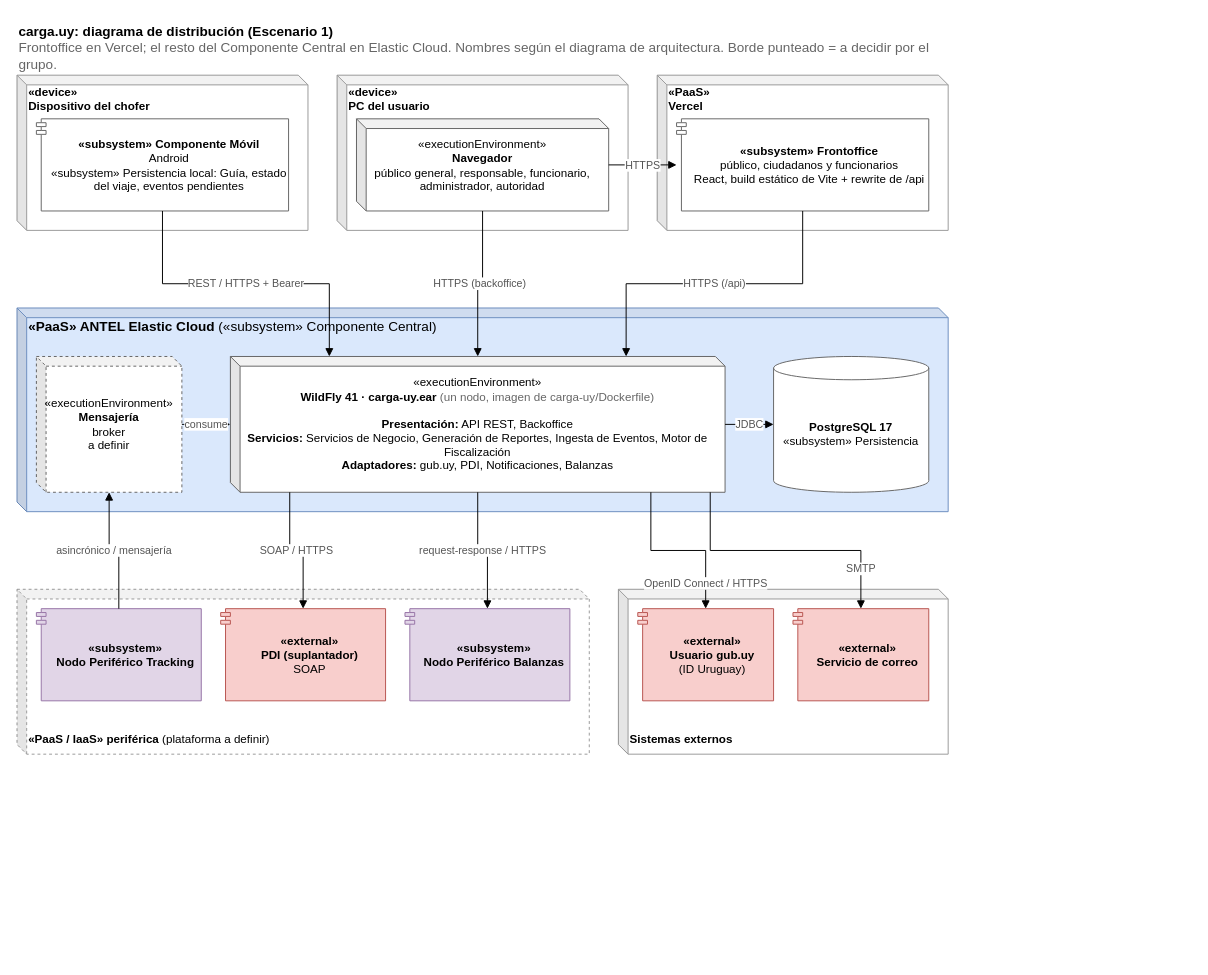
Before: docs/informe/fuentes-drawio/carga-uy-distribucion-v3.drawio in LucasLazogue/TSE-carga-uy, a draw.io diagram. Source tidied: cells renumbered, new cells numbered last; positions are measured from the earlier drawing's top-left corner, leaving out a move shared by most shapes. Both pictures are drawn from the tidied source at 97%, with x=0, y=0 at pixel (16, 16).
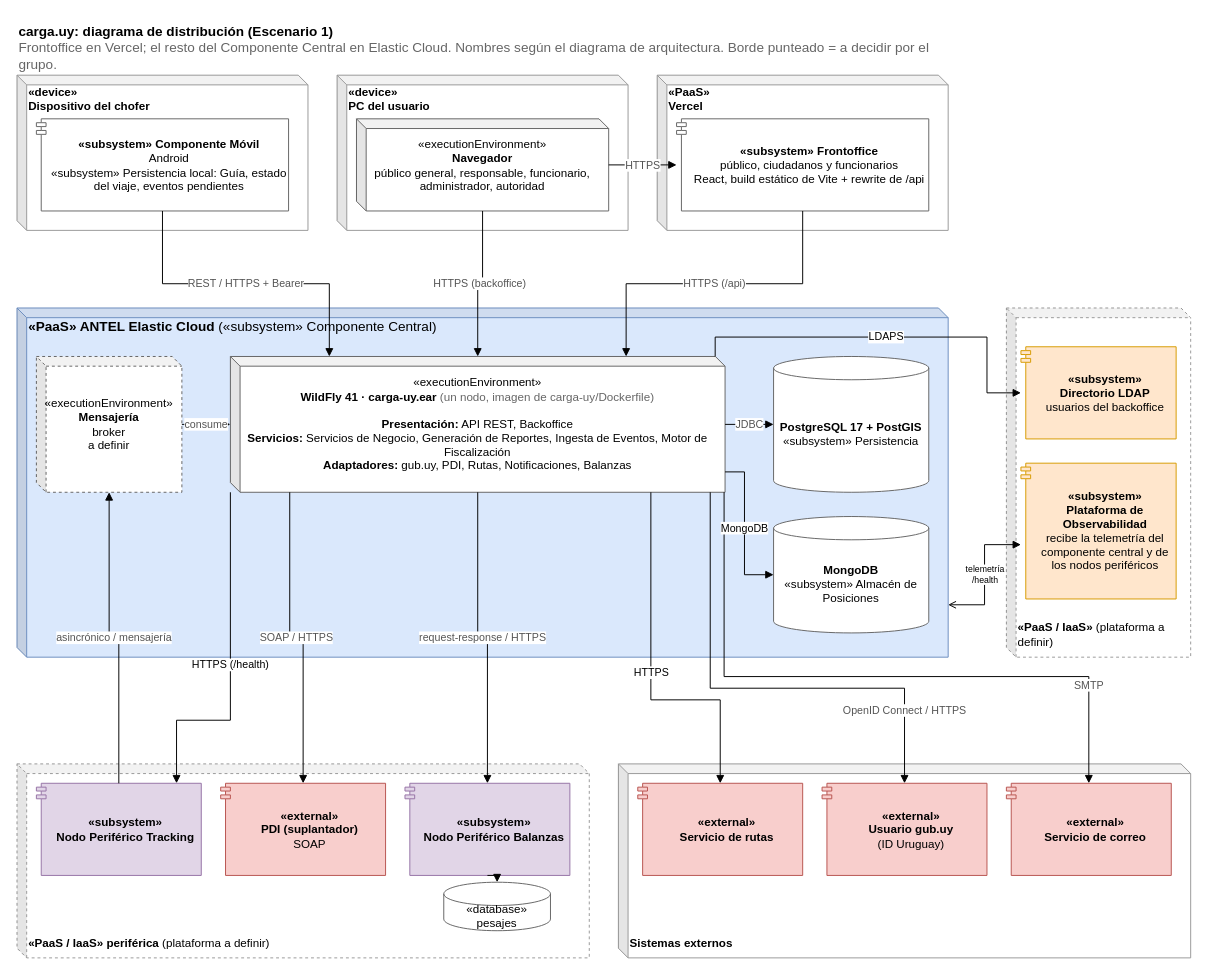
Above is the later version.

Unchanged cells that the change refers to:
```xml
<mxCell id="14" value="&lt;b&gt;«subsystem»&lt;br&gt;Nodo Periférico Tracking&lt;/b&gt;" style="shape=module;jettyWidth=10;jettyHeight=4;whiteSpace=wrap;html=1;align=center;verticalAlign=middle;spacingLeft=14;fillColor=#e1d5e7;strokeColor=#9673a6;" parent="13" vertex="1">
  <mxGeometry x="20" y="20" width="170" height="95" as="geometry" />
</mxCell>
<mxCell id="16" value="&lt;b&gt;«subsystem»&lt;br&gt;Nodo Periférico Balanzas&lt;/b&gt;" style="shape=module;jettyWidth=10;jettyHeight=4;whiteSpace=wrap;html=1;align=center;verticalAlign=middle;spacingLeft=14;fillColor=#e1d5e7;strokeColor=#9673a6;" parent="13" vertex="1">
  <mxGeometry x="400" y="20" width="170" height="95" as="geometry" />
</mxCell>
```

Diff of the diagram source:
```diff
@@
     <mxCell id="9" value="«PaaS» ANTEL Elastic Cloud &lt;span style=&quot;font-weight:normal&quot;&gt;(«subsystem» Componente Central)&lt;/span&gt;" style="shape=cube;size=10;darkOpacity=0.05;darkOpacity2=0.1;whiteSpace=wrap;html=1;verticalAlign=top;align=left;spacingLeft=10;spacingTop=4;fontStyle=1;fontSize=14;fillColor=#dae8fc;strokeColor=#6c8ebf;" parent="1" vertex="1">
-      <mxGeometry y="300" width="960" height="210" as="geometry" />
+      <mxGeometry y="300" width="960" height="360" as="geometry" />
     </mxCell>
@@
-    <mxCell id="11" value="«executionEnvironment»&lt;br&gt;&lt;b&gt;WildFly 41 · carga-uy.ear&lt;/b&gt; &lt;font color=&quot;#666666&quot;&gt;(un nodo, imagen de carga-uy/Dockerfile)&lt;/font&gt;&lt;br&gt;&lt;br&gt;&lt;b&gt;Presentación:&lt;/b&gt; API REST, Backoffice&lt;br&gt;&lt;b&gt;Servicios:&lt;/b&gt; Servicios de Negocio, Generación de Reportes, Ingesta de Eventos, Motor de Fiscalización&lt;br&gt;&lt;b&gt;Adaptadores:&lt;/b&gt; gub.uy, PDI, Notificaciones, Balanzas" style="shape=cube;size=10;darkOpacity=0.05;darkOpacity2=0.1;whiteSpace=wrap;html=1;verticalAlign=middle;align=center;fillColor=#ffffff;strokeColor=#666666;spacing=8;" parent="9" vertex="1">
+    <mxCell id="11" value="«executionEnvironment»&lt;br&gt;&lt;b&gt;WildFly 41 · carga-uy.ear&lt;/b&gt; &lt;font color=&quot;#666666&quot;&gt;(un nodo, imagen de carga-uy/Dockerfile)&lt;/font&gt;&lt;br&gt;&lt;br&gt;&lt;b&gt;Presentación:&lt;/b&gt; API REST, Backoffice&lt;br&gt;&lt;b&gt;Servicios:&lt;/b&gt; Servicios de Negocio, Generación de Reportes, Ingesta de Eventos, Motor de Fiscalización&lt;br&gt;&lt;b&gt;Adaptadores:&lt;/b&gt; gub.uy, PDI, Rutas, Notificaciones, Balanzas" style="shape=cube;size=10;darkOpacity=0.05;darkOpacity2=0.1;whiteSpace=wrap;html=1;verticalAlign=middle;align=center;fillColor=#ffffff;strokeColor=#666666;spacing=8;" parent="9" vertex="1">
       <mxGeometry x="220" y="50" width="510" height="140" as="geometry" />
     </mxCell>
-    <mxCell id="12" value="&lt;b&gt;PostgreSQL 17&lt;/b&gt;&lt;br&gt;«subsystem» Persistencia" style="shape=cylinder3;whiteSpace=wrap;html=1;boundedLbl=1;backgroundOutline=1;size=12;fillColor=#ffffff;strokeColor=#666666;" parent="9" vertex="1">
+    <mxCell id="12" value="&lt;b&gt;PostgreSQL 17 + PostGIS&lt;/b&gt;&lt;br&gt;«subsystem» Persistencia" style="shape=cylinder3;whiteSpace=wrap;html=1;boundedLbl=1;backgroundOutline=1;size=12;fillColor=#ffffff;strokeColor=#666666;" parent="9" vertex="1">
       <mxGeometry x="780" y="50" width="160" height="140" as="geometry" />
     </mxCell>
     <mxCell id="13" value="«PaaS / IaaS» periférica &lt;span style=&quot;font-weight:normal&quot;&gt;(plataforma a definir)&lt;/span&gt;" style="shape=cube;size=10;darkOpacity=0.05;darkOpacity2=0.1;whiteSpace=wrap;html=1;verticalAlign=bottom;align=left;spacingLeft=10;spacingBottom=6;fontStyle=1;fillColor=none;strokeColor=#999999;dashed=1;" parent="1" vertex="1">
-      <mxGeometry y="590" width="590" height="170" as="geometry" />
+      <mxGeometry y="770" width="590" height="200" as="geometry" />
     </mxCell>
@@
     <mxCell id="17" value="Sistemas externos" style="shape=cube;size=10;darkOpacity=0.05;darkOpacity2=0.1;whiteSpace=wrap;html=1;verticalAlign=bottom;align=left;spacingLeft=10;spacingBottom=6;fontStyle=1;fillColor=none;strokeColor=#999999;" parent="1" vertex="1">
-      <mxGeometry x="620" y="590" width="340" height="170" as="geometry" />
+      <mxGeometry x="620" y="770" width="590" height="200" as="geometry" />
     </mxCell>
     <mxCell id="18" value="&lt;b&gt;«external»&lt;br&gt;Usuario gub.uy&lt;/b&gt;&lt;br&gt;(ID Uruguay)" style="shape=module;jettyWidth=10;jettyHeight=4;whiteSpace=wrap;html=1;align=center;verticalAlign=middle;spacingLeft=14;fillColor=#f8cecc;strokeColor=#b85450;" parent="17" vertex="1">
-      <mxGeometry x="20" y="20" width="140" height="95" as="geometry" />
+      <mxGeometry x="210" y="20" width="170" height="95" as="geometry" />
     </mxCell>
     <mxCell id="19" value="&lt;b&gt;«external»&lt;br&gt;Servicio de correo&lt;/b&gt;" style="shape=module;jettyWidth=10;jettyHeight=4;whiteSpace=wrap;html=1;align=center;verticalAlign=middle;spacingLeft=14;fillColor=#f8cecc;strokeColor=#b85450;" parent="17" vertex="1">
-      <mxGeometry x="180" y="20" width="140" height="95" as="geometry" />
+      <mxGeometry x="400" y="20" width="170" height="95" as="geometry" />
     </mxCell>
@@
-    <mxCell id="29" value="OpenID Connect / HTTPS" style="edgeStyle=orthogonalEdgeStyle;rounded=0;html=1;endArrow=block;endFill=1;exitX=0.85;exitY=1;exitDx=0;exitDy=0;entryX=0.5;entryY=0;entryDx=0;entryDy=0;labelBackgroundColor=#ffffff;fontColor=#555555;" parent="1" edge="1" source="11" target="18">
-      <mxGeometry x="0.7" relative="1" as="geometry" />
+    <mxCell id="29" value="OpenID Connect / HTTPS" style="edgeStyle=orthogonalEdgeStyle;rounded=0;html=1;endArrow=block;endFill=1;exitX=0.97;exitY=1;exitDx=0;exitDy=0;entryX=0.5;entryY=0;entryDx=0;entryDy=0;labelBackgroundColor=#ffffff;fontColor=#555555;" parent="1" edge="1" source="11" target="18">
+      <mxGeometry x="0.7" relative="1" as="geometry">
+        <Array as="points">
+          <mxPoint x="715" y="692" />
+          <mxPoint x="915" y="692" />
+        </Array>
+      </mxGeometry>
     </mxCell>
-    <mxCell id="30" value="SMTP" style="edgeStyle=orthogonalEdgeStyle;rounded=0;html=1;endArrow=block;endFill=1;exitX=0.97;exitY=1;exitDx=0;exitDy=0;entryX=0.5;entryY=0;entryDx=0;entryDy=0;labelBackgroundColor=#ffffff;fontColor=#555555;" parent="1" edge="1" source="11" target="19">
-      <mxGeometry x="0.7" relative="1" as="geometry" />
+    <mxCell id="30" value="SMTP" style="edgeStyle=orthogonalEdgeStyle;rounded=0;html=1;endArrow=block;endFill=1;exitX=0.998;exitY=1;exitDx=0;exitDy=0;entryX=0.5;entryY=0;entryDx=0;entryDy=0;labelBackgroundColor=#ffffff;fontColor=#555555;" parent="1" edge="1" source="11" target="19">
+      <mxGeometry x="0.7" relative="1" as="geometry">
+        <Array as="points">
+          <mxPoint x="729" y="680" />
+          <mxPoint x="1105" y="680" />
+        </Array>
+      </mxGeometry>
     </mxCell>
+    <mxCell id="31" value="&lt;b&gt;MongoDB&lt;/b&gt;&lt;br&gt;«subsystem» Almacén de Posiciones" style="shape=cylinder3;whiteSpace=wrap;html=1;boundedLbl=1;backgroundOutline=1;size=12;fillColor=#ffffff;strokeColor=#666666;" parent="9" vertex="1">
+      <mxGeometry x="780" y="215" width="160" height="120" as="geometry" />
+    </mxCell>
+    <mxCell id="32" value="MongoDB" style="edgeStyle=orthogonalEdgeStyle;rounded=0;html=1;endArrow=block;endFill=1;exitX=1;exitY=0.85;exitDx=0;exitDy=0;entryX=0;entryY=0.5;entryDx=0;entryDy=0;entryPerimeter=0;" parent="1" edge="1" source="11" target="31">
+      <mxGeometry relative="1" as="geometry">
+        <Array as="points">
+          <mxPoint x="750" y="469" />
+          <mxPoint x="750" y="575" />
+        </Array>
+      </mxGeometry>
+    </mxCell>
+    <mxCell id="33" value="«database»&lt;br&gt;pesajes" style="shape=cylinder3;whiteSpace=wrap;html=1;boundedLbl=1;backgroundOutline=1;size=12;fillColor=#ffffff;strokeColor=#666666;" parent="13" vertex="1">
+      <mxGeometry x="440" y="122" width="110" height="50" as="geometry" />
+    </mxCell>
+    <mxCell id="34" style="edgeStyle=orthogonalEdgeStyle;rounded=0;html=1;endArrow=block;endFill=1;exitX=0.5;exitY=1;exitDx=0;exitDy=0;entryX=0.5;entryY=0;entryDx=0;entryDy=0;" parent="1" edge="1" source="16" target="33">
+      <mxGeometry relative="1" as="geometry" />
+    </mxCell>
+    <mxCell id="35" value="&lt;b&gt;«external»&lt;br&gt;Servicio de rutas&lt;/b&gt;" style="shape=module;jettyWidth=10;jettyHeight=4;whiteSpace=wrap;html=1;align=center;verticalAlign=middle;spacingLeft=14;fillColor=#f8cecc;strokeColor=#b85450;" parent="17" vertex="1">
+      <mxGeometry x="20" y="20" width="170" height="95" as="geometry" />
+    </mxCell>
+    <mxCell id="36" value="HTTPS" style="edgeStyle=orthogonalEdgeStyle;rounded=0;html=1;endArrow=block;endFill=1;exitX=0.85;exitY=1;exitDx=0;exitDy=0;entryX=0.5;entryY=0;entryDx=0;entryDy=0;" parent="1" edge="1" source="11" target="35">
+      <mxGeometry relative="1" as="geometry">
+        <Array as="points">
+          <mxPoint x="653" y="704" />
+          <mxPoint x="725" y="704" />
+        </Array>
+      </mxGeometry>
+    </mxCell>
+    <mxCell id="37" value="HTTPS (/health)" style="edgeStyle=orthogonalEdgeStyle;rounded=0;html=1;endArrow=block;endFill=1;exitX=0;exitY=1;exitDx=0;exitDy=0;entryX=0.85;entryY=0;entryDx=0;entryDy=0;" parent="1" edge="1" source="11" target="14">
+      <mxGeometry relative="1" as="geometry">
+        <Array as="points">
+          <mxPoint x="220" y="725" />
+          <mxPoint x="164" y="725" />
+        </Array>
+      </mxGeometry>
+    </mxCell>
+    <mxCell id="38" value="«PaaS / IaaS» &lt;span style=&quot;font-weight:normal&quot;&gt;(plataforma a definir)&lt;/span&gt;" style="shape=cube;size=10;darkOpacity=0.05;darkOpacity2=0.1;whiteSpace=wrap;html=1;verticalAlign=bottom;align=left;spacingLeft=10;spacingBottom=6;fontStyle=1;fillColor=none;strokeColor=#999999;dashed=1;" parent="1" vertex="1">
+      <mxGeometry x="1020" y="300" width="190" height="360" as="geometry" />
+    </mxCell>
+    <mxCell id="39" value="&lt;b&gt;«subsystem»&lt;br&gt;Directorio LDAP&lt;/b&gt;&lt;br&gt;usuarios del backoffice" style="shape=module;jettyWidth=10;jettyHeight=4;whiteSpace=wrap;html=1;align=center;verticalAlign=middle;spacingLeft=14;fillColor=#ffe6cc;strokeColor=#d79b00;" parent="38" vertex="1">
+      <mxGeometry x="15" y="40" width="160" height="95" as="geometry" />
+    </mxCell>
+    <mxCell id="40" value="&lt;b&gt;«subsystem»&lt;br&gt;Plataforma de Observabilidad&lt;/b&gt;&lt;br&gt;recibe la telemetría del componente central y de los nodos periféricos" style="shape=module;jettyWidth=10;jettyHeight=4;whiteSpace=wrap;html=1;align=center;verticalAlign=middle;spacingLeft=14;fillColor=#ffe6cc;strokeColor=#d79b00;" parent="38" vertex="1">
+      <mxGeometry x="15" y="160" width="160" height="140" as="geometry" />
+    </mxCell>
+    <mxCell id="41" value="LDAPS" style="edgeStyle=orthogonalEdgeStyle;rounded=0;html=1;endArrow=block;endFill=1;exitX=0.98;exitY=0;exitDx=0;exitDy=0;entryX=0;entryY=0.5;entryDx=0;entryDy=0;" parent="1" edge="1" source="11" target="39">
+      <mxGeometry relative="1" as="geometry">
+        <Array as="points">
+          <mxPoint x="720" y="330" />
+          <mxPoint x="1000" y="330" />
+          <mxPoint x="1000" y="387" />
+        </Array>
+      </mxGeometry>
+    </mxCell>
+    <mxCell id="42" value="telemetría&lt;br&gt;/health" style="edgeStyle=orthogonalEdgeStyle;rounded=0;html=1;endArrow=block;endFill=1;startArrow=open;startFill=0;exitX=1;exitY=0.85;exitDx=0;exitDy=0;entryX=0;entryY=0.6;entryDx=0;entryDy=0;fontSize=9;" parent="1" edge="1" source="9" target="40">
+      <mxGeometry relative="1" as="geometry" />
+    </mxCell>
```
